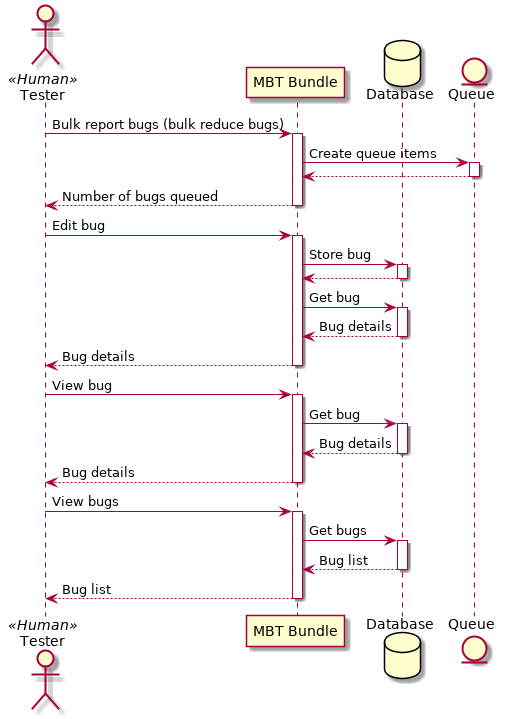
tienvx/mbt-assets keeps this PlantUML diagram as diagrams/bugs/sequence.png. Above is the earlier version. Source of this version:
```plantuml
@startuml

actor Tester as tester << Human >>
participant "MBT Bundle" as bundle
database Database as database
entity Queue as queue

tester -> bundle : Bulk report bugs (bulk reduce bugs)
activate bundle
bundle -> queue : Create queue items
activate queue
queue --> bundle
deactivate queue
bundle --> tester : Number of bugs queued
deactivate bundle

tester -> bundle : Edit bug
activate bundle
bundle -> database : Store bug
activate database
database --> bundle
deactivate database
bundle -> database : Get bug
activate database
database --> bundle : Bug details
deactivate database
bundle --> tester : Bug details
deactivate bundle

tester -> bundle : View bug
activate bundle
bundle -> database : Get bug
activate database
database --> bundle : Bug details
deactivate database
bundle --> tester : Bug details
deactivate bundle

tester -> bundle : View bugs
activate bundle
bundle -> database : Get bugs
activate database
database --> bundle : Bug list
deactivate database
bundle --> tester : Bug list
deactivate bundle

@enduml
```
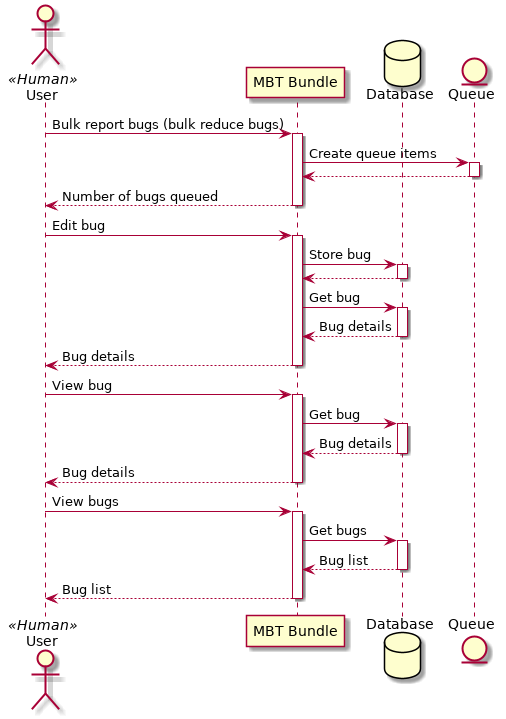
The same diagram one commit later.

Change to the diagram source:
```diff
@@ -1,20 +1,20 @@
 @startuml
 
-actor Tester as tester << Human >>
+actor User as user << Human >>
 participant "MBT Bundle" as bundle
 database Database as database
 entity Queue as queue
 
-tester -> bundle : Bulk report bugs (bulk reduce bugs)
+user -> bundle : Bulk report bugs (bulk reduce bugs)
 activate bundle
 bundle -> queue : Create queue items
 activate queue
 queue --> bundle
 deactivate queue
-bundle --> tester : Number of bugs queued
+bundle --> user : Number of bugs queued
 deactivate bundle
 
-tester -> bundle : Edit bug
+user -> bundle : Edit bug
 activate bundle
 bundle -> database : Store bug
 activate database
@@ -24,25 +24,25 @@
 activate database
 database --> bundle : Bug details
 deactivate database
-bundle --> tester : Bug details
+bundle --> user : Bug details
 deactivate bundle
 
-tester -> bundle : View bug
+user -> bundle : View bug
 activate bundle
 bundle -> database : Get bug
 activate database
 database --> bundle : Bug details
 deactivate database
-bundle --> tester : Bug details
+bundle --> user : Bug details
 deactivate bundle
 
-tester -> bundle : View bugs
+user -> bundle : View bugs
 activate bundle
 bundle -> database : Get bugs
 activate database
 database --> bundle : Bug list
 deactivate database
-bundle --> tester : Bug list
+bundle --> user : Bug list
 deactivate bundle
 
 @enduml
```
